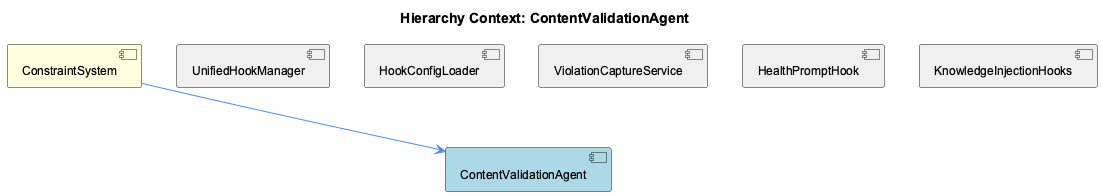
This is knowledge-management/insights/images/content-validation-agent-relationship.png from fwornle/coding, a PlantUML export, as it was before one commit.
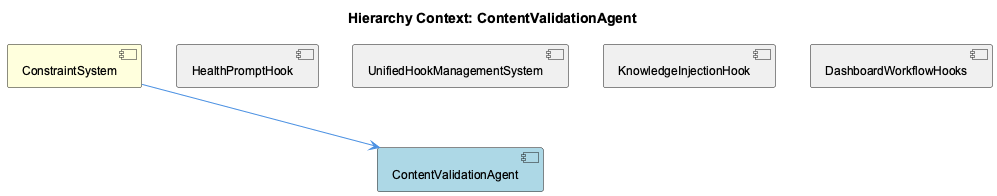
Later version of the same file.

Change to the diagram source:
```diff
@@ -5,17 +5,15 @@
 
 [ConstraintSystem] as constraint_system #FFFFDD
 [ContentValidationAgent] as content_validation_agent #LightBlue
-[UnifiedHookManager] as unified_hook_manager #F0F0F0
-[HookConfigLoader] as hook_config_loader #F0F0F0
-[ViolationCaptureService] as violation_capture_service #F0F0F0
 [HealthPromptHook] as health_prompt_hook #F0F0F0
-[KnowledgeInjectionHooks] as knowledge_injection_hooks #F0F0F0
+[UnifiedHookManagementSystem] as unified_hook_management_system #F0F0F0
+[KnowledgeInjectionHook] as knowledge_injection_hook #F0F0F0
+[DashboardWorkflowHooks] as dashboard_workflow_hooks #F0F0F0
 
 constraint_system --> content_validation_agent
-unified_hook_manager -[hidden]- content_validation_agent
-hook_config_loader -[hidden]- content_validation_agent
-violation_capture_service -[hidden]- content_validation_agent
 health_prompt_hook -[hidden]- content_validation_agent
-knowledge_injection_hooks -[hidden]- content_validation_agent
+unified_hook_management_system -[hidden]- content_validation_agent
+knowledge_injection_hook -[hidden]- content_validation_agent
+dashboard_workflow_hooks -[hidden]- content_validation_agent
 
 @enduml
```
